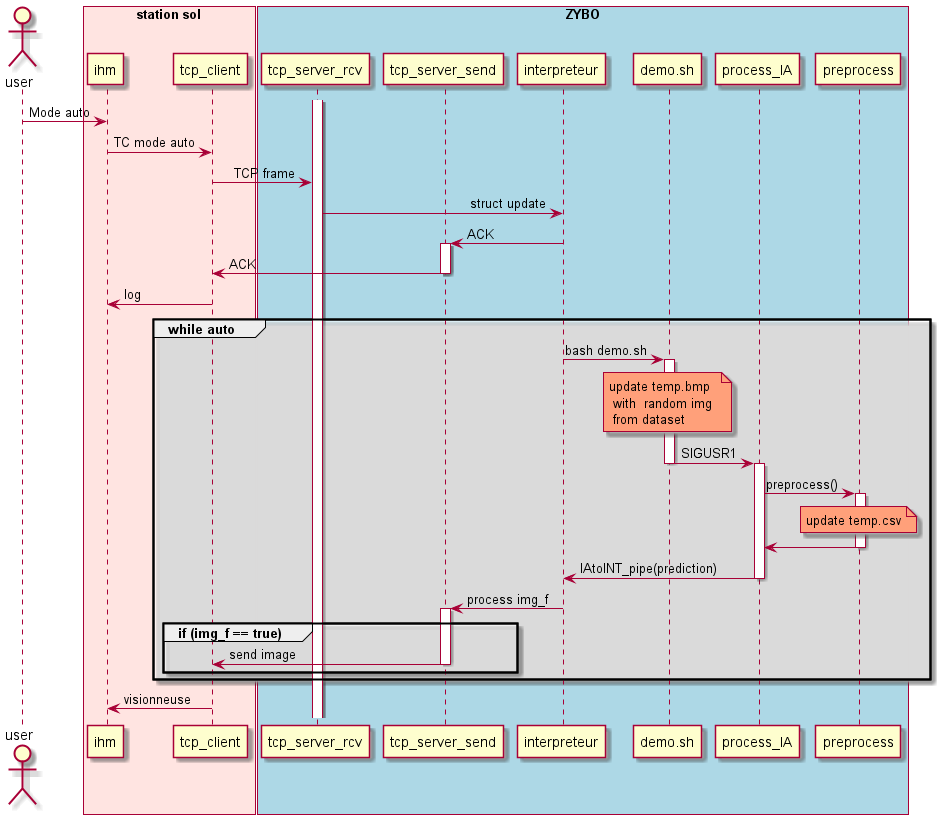
Earlier version of the PlantUML export A-Eye_Documentation/out/plantuml/A-Eye_Visor/Sequence_mode_auto.png (ngisedsysle/A-Eye).
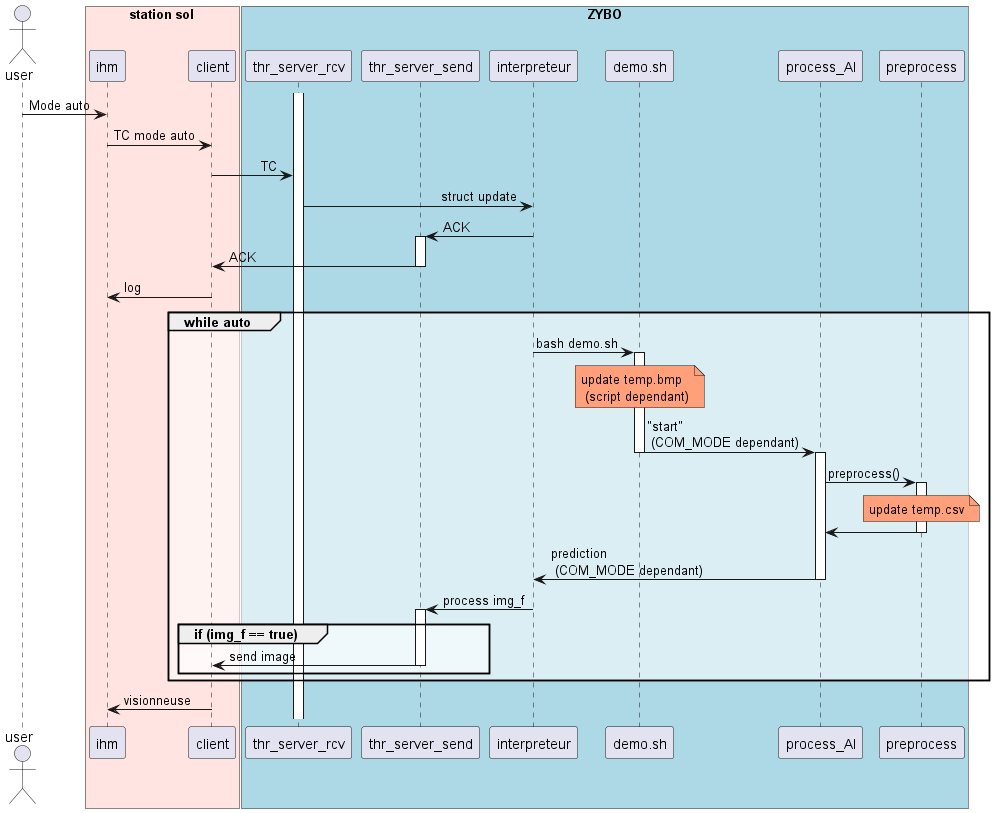
The same diagram one commit later.

Change to the diagram source:
```diff
@@ -6,23 +6,23 @@
 actor user order 1
 
 box "ZYBO" #LightBlue
-    participant tcp_server_rcv as server_rcv order 4
-    participant tcp_server_send as server_send order 5
+    participant thr_server_rcv as server_rcv order 4
+    participant thr_server_send as server_send order 5
     participant interpreteur as int order 6
     participant demo.sh as script order 7
-    participant process_IA as ia order 8
+    participant process_AI as AI order 8
     participant preprocess as pr order 9
 end box
 
 box "station sol" #MistyRose
     participant ihm as ihm order 2
-    participant tcp_client as client order 3
+    participant client as client order 3
 end box
 
 activate server_rcv
 user -> ihm : Mode auto
 ihm -> client : TC mode auto
-client -> server_rcv : TCP frame
+client -> server_rcv : TC
 server_rcv -> int : struct update
 int -> server_send : ACK
 activate server_send
@@ -32,17 +32,17 @@
     group while auto
         int -> script : bash demo.sh
         activate script
-        note over script #LightSalmon:  update temp.bmp \n with  random img \n from dataset
-        script -> ia : SIGUSR1
+        note over script #LightSalmon:  update temp.bmp \n (script dependant)
+        script -> AI : "start"\n (COM_MODE dependant)
         deactivate script
-        activate ia
-        ia -> pr : preprocess()
+        activate AI
+        AI -> pr : preprocess()
         activate pr
         note over pr #LightSalmon : update temp.csv
-        pr -> ia
+        pr -> AI
         deactivate pr
-        ia -> int : IAtoINT_pipe(prediction)
-        deactivate ia
+        AI -> int : prediction\n (COM_MODE dependant)
+        deactivate AI
         int -> server_send : process img_f
         group if (img_f == true)
             activate server_send
```
